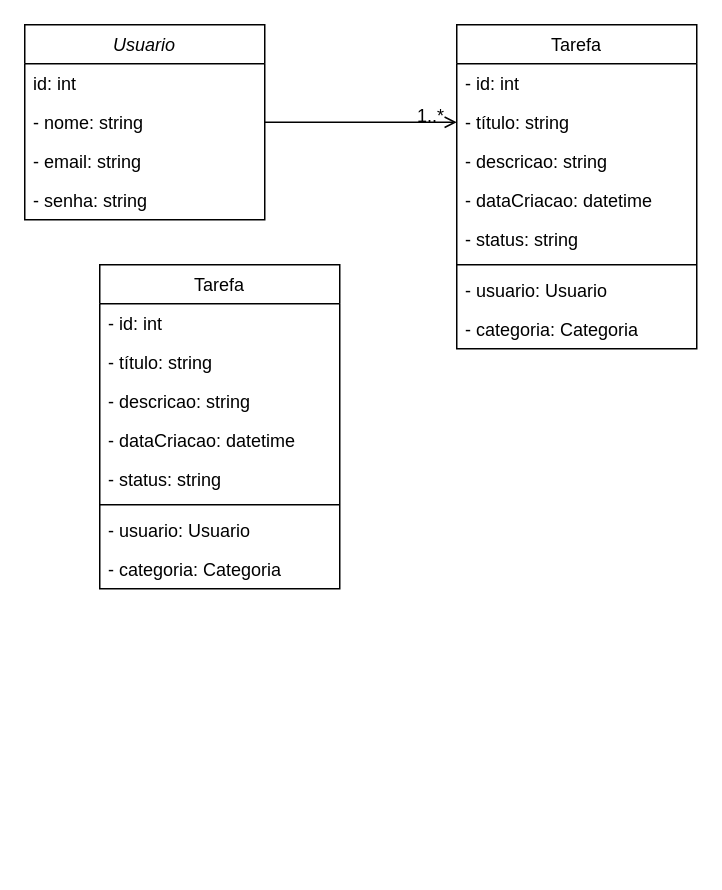
This is Docs/Diagrama sem nome.drawio from LucasRVDT/Sistema-Gerenciamento-de-tarefas., a draw.io file, before an edit. Source tidied: cells renumbered, new cells numbered last; positions are measured from the earlier drawing's top-left corner, leaving out a move shared by most shapes. Both pictures are drawn from the tidied source at 150%, with x=0, y=0 at pixel (24, 24).
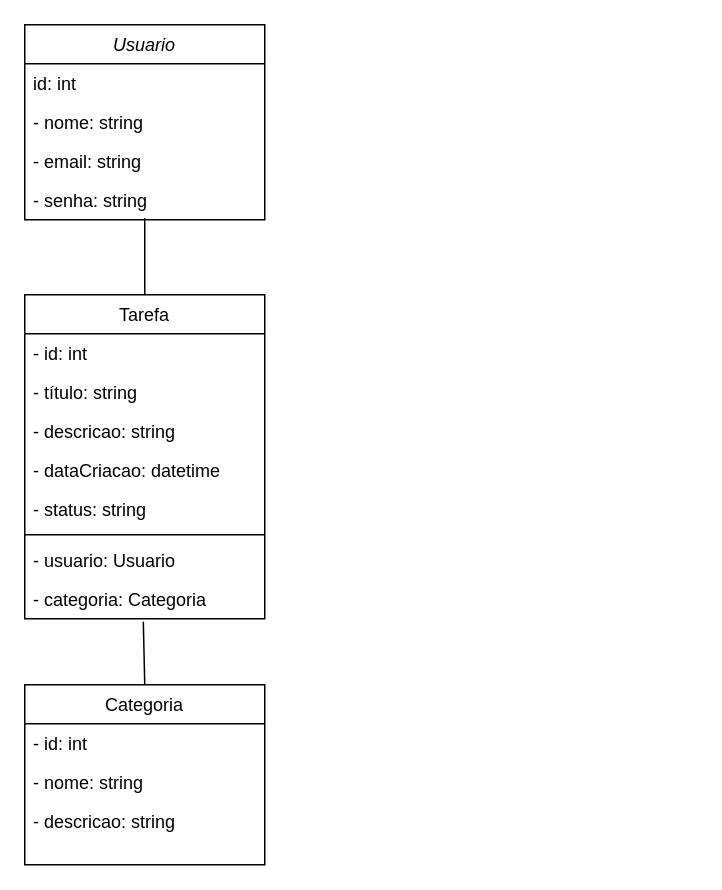
Above is the later version.

Unchanged cells that the change refers to:
```xml
<mxCell id="2" value="Usuario      " style="swimlane;fontStyle=2;align=center;verticalAlign=top;horizontal=1;startSize=26;rounded=0;shadow=0;strokeWidth=1;" parent="1" vertex="1">
  <mxGeometry width="160" height="130" as="geometry" />
</mxCell>
<mxCell id="6" value="- senha: string" style="text;align=left;verticalAlign=top;spacingLeft=4;spacingRight=4;overflow=hidden;points=[[0,0.5],[1,0.5]];portConstraint=eastwest;rounded=0;shadow=0;html=0;" parent="2" vertex="1">
  <mxGeometry y="104" width="160" height="26" as="geometry" />
</mxCell>
<mxCell id="15" value="- categoria: Categoria" style="text;align=left;verticalAlign=top;spacingLeft=4;spacingRight=4;overflow=hidden;points=[[0,0.5],[1,0.5]];portConstraint=eastwest;rounded=0;shadow=0;html=0;" parent="7" vertex="1">
  <mxGeometry y="190" width="160" height="26" as="geometry" />
</mxCell>
```

What changed in the source:
```diff
@@
     <mxCell id="7" value="Tarefa       " style="swimlane;fontStyle=0;align=center;verticalAlign=top;horizontal=1;startSize=26;rounded=0;shadow=0;strokeWidth=1;" parent="1" vertex="1">
-      <mxGeometry x="288" width="160" height="216" as="geometry" />
+      <mxGeometry y="180" width="160" height="216" as="geometry" />
     </mxCell>
@@
-    <mxCell id="16" style="endArrow=open;shadow=0;strokeWidth=1;rounded=0;endFill=1;edgeStyle=elbowEdgeStyle;elbow=vertical;" parent="1" edge="1" source="2" target="7">
-      <mxGeometry x="0.5" y="41" relative="1" as="geometry">
-        <mxPoint x="-40" y="32" as="offset" />
-      </mxGeometry>
-    </mxCell>
-    <mxCell id="17" value="1..*" style="align=right;verticalAlign=bottom;labelBackgroundColor=none;fontSize=12;" parent="16" vertex="1">
-      <mxGeometry x="1" relative="1" as="geometry">
-        <mxPoint x="-7" y="4" as="offset" />
-      </mxGeometry>
-    </mxCell>
-    <mxCell id="18" value="Tarefa       " style="swimlane;fontStyle=0;align=center;verticalAlign=top;horizontal=1;startSize=26;rounded=0;shadow=0;strokeWidth=1;" parent="1" vertex="1">
-      <mxGeometry x="50" y="160" width="160" height="216" as="geometry" />
+    <mxCell id="18" value="Categoria     " style="swimlane;fontStyle=0;align=center;verticalAlign=top;horizontal=1;startSize=26;rounded=0;shadow=0;strokeWidth=1;" parent="1" vertex="1">
+      <mxGeometry y="440" width="160" height="120" as="geometry" />
     </mxCell>
@@
-    <mxCell id="20" value="- título: string" style="text;align=left;verticalAlign=top;spacingLeft=4;spacingRight=4;overflow=hidden;rounded=0;shadow=0;html=0;" parent="18" vertex="1">
+    <mxCell id="20" value="- nome: string" style="text;align=left;verticalAlign=top;spacingLeft=4;spacingRight=4;overflow=hidden;rounded=0;shadow=0;html=0;" parent="18" vertex="1">
       <mxGeometry y="52" width="160" height="26" as="geometry" />
     </mxCell>
@@
-    <mxCell id="22" value="- dataCriacao: datetime" style="text;align=left;verticalAlign=top;spacingLeft=4;spacingRight=4;overflow=hidden;rounded=0;shadow=0;html=0;" parent="18" vertex="1">
-      <mxGeometry y="104" width="160" height="26" as="geometry" />
-    </mxCell>
-    <mxCell id="23" value="- status: string" style="text;align=left;verticalAlign=top;spacingLeft=4;spacingRight=4;overflow=hidden;rounded=0;shadow=0;html=0;" parent="18" vertex="1">
-      <mxGeometry y="130" width="160" height="26" as="geometry" />
-    </mxCell>
-    <mxCell id="24" style="line;html=1;strokeWidth=1;align=left;verticalAlign=middle;spacingTop=-1;spacingLeft=3;spacingRight=3;labelPosition=right;" parent="18" vertex="1">
-      <mxGeometry y="156" width="160" height="8" as="geometry" />
-    </mxCell>
-    <mxCell id="25" value="- usuario: Usuario" style="text;align=left;verticalAlign=top;spacingLeft=4;spacingRight=4;overflow=hidden;rounded=0;shadow=0;html=0;" parent="18" vertex="1">
-      <mxGeometry y="164" width="160" height="26" as="geometry" />
-    </mxCell>
-    <mxCell id="26" value="- categoria: Categoria" style="text;align=left;verticalAlign=top;spacingLeft=4;spacingRight=4;overflow=hidden;rounded=0;shadow=0;html=0;" parent="18" vertex="1">
-      <mxGeometry y="190" width="160" height="26" as="geometry" />
-    </mxCell>
+    <mxCell id="27" style="endArrow=none;html=1;rounded=0;exitX=0.5;exitY=0.962;exitDx=0;exitDy=0;exitPerimeter=0;" parent="1" edge="1" source="6" target="7">
+      <mxGeometry relative="1" as="geometry" />
+    </mxCell>
+    <mxCell id="28" style="endArrow=none;html=1;rounded=0;exitX=0.5;exitY=0;exitDx=0;exitDy=0;entryX=0.494;entryY=1.077;entryDx=0;entryDy=0;entryPerimeter=0;" parent="1" edge="1" source="18" target="15">
+      <mxGeometry relative="1" as="geometry" />
+    </mxCell>
```
